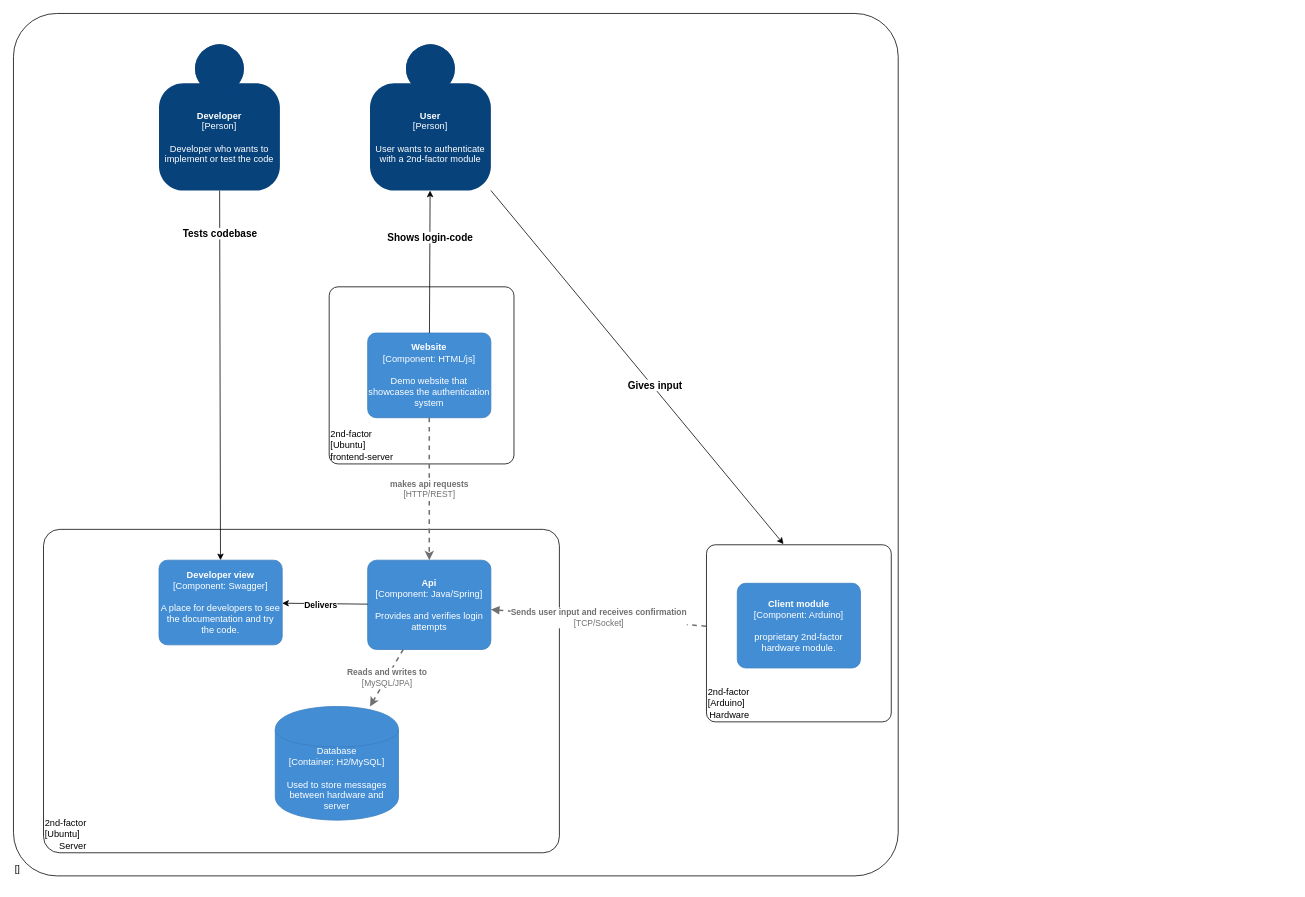
The draw.io diagram page "Page-1" (1 of 2) of 2nd-factor-c4model.drawio in 2nd-factor/docs, before the edit. Source tidied: cells renumbered, new cells numbered last; positions are measured from the earlier drawing's top-left corner, leaving out a move shared by most shapes. Both pictures are drawn from the tidied source at 77%, with x=0, y=0 at pixel (13, 13).
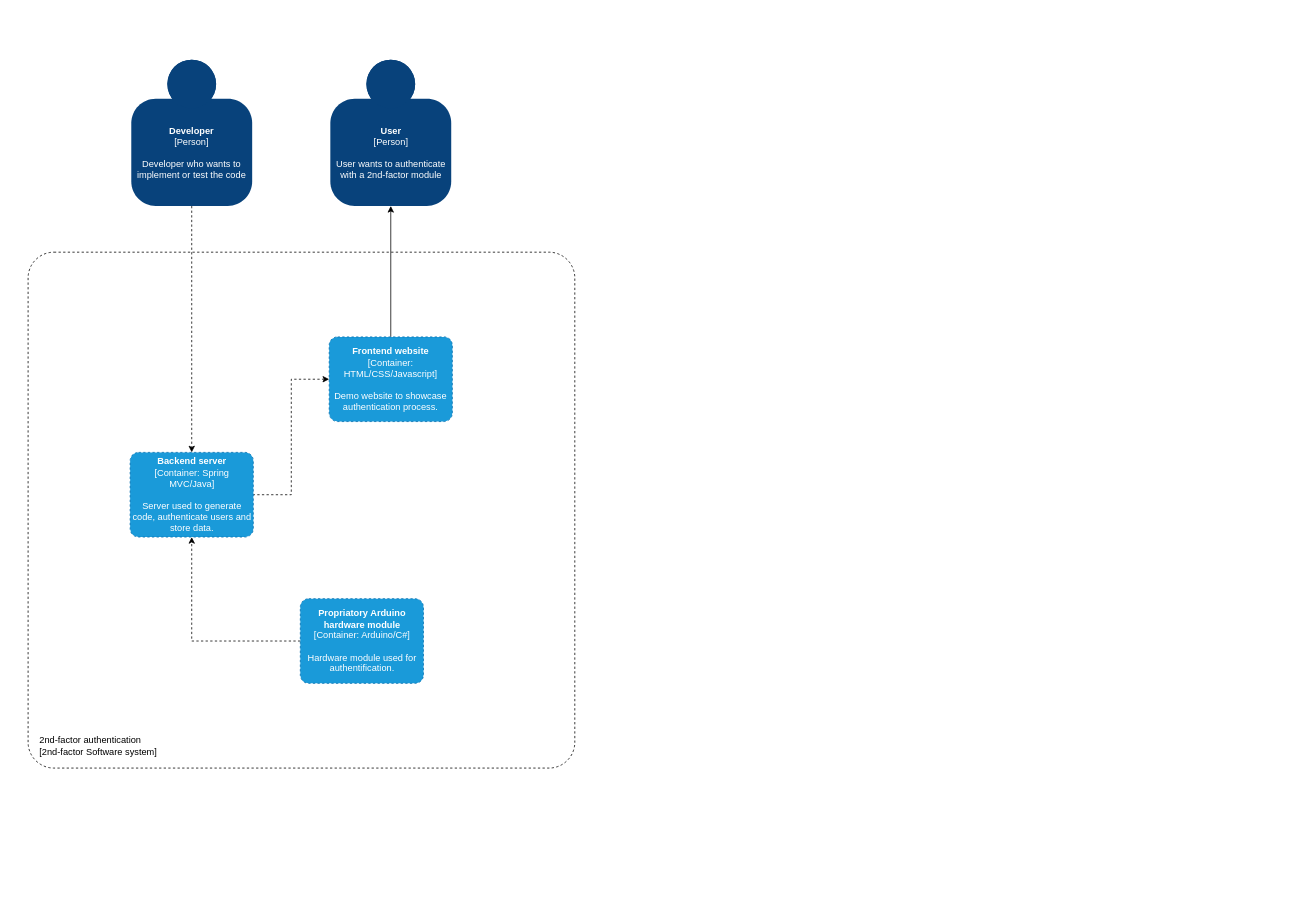
Above is the later version.

What changed in the source:
```diff
@@
-    <object id="2" label="&lt;div style=&quot;text-align: left&quot;&gt;%c4Name%&lt;/div&gt;&lt;div style=&quot;text-align: left&quot;&gt;[%c4OperationSystem%]&lt;/div&gt;&lt;div style=&quot;text-align: right&quot;&gt;%c4ScalingFactor%&lt;/div&gt;" c4Name="" c4OperationSystem="" c4ScalingFactor="" placeholders="1">
-      <mxCell style="rounded=1;whiteSpace=wrap;html=1;labelBackgroundColor=none;fillColor=#ffffff;fontColor=#000000;align=left;arcSize=5;strokeColor=#000000;verticalAlign=bottom;metaData={&quot;c4Type&quot;:{&quot;editable&quot;:false}};" parent="1" vertex="1">
-        <mxGeometry width="1149" height="1120" as="geometry" />
+    <object id="2" label="&lt;div style=&quot;text-align: left&quot;&gt;%c4Name%&lt;/div&gt;&lt;div style=&quot;text-align: left&quot;&gt;[%c4OperationSystem%]&lt;/div&gt;&lt;div style=&quot;text-align: right&quot;&gt;%c4ScalingFactor%&lt;/div&gt;" c4Name="2nd-factor authentication" c4OperationSystem="2nd-factor Software system" c4ScalingFactor="" placeholders="1">
+      <mxCell style="rounded=1;whiteSpace=wrap;html=1;labelBackgroundColor=none;fillColor=#ffffff;fontColor=#000000;align=left;arcSize=5;strokeColor=#000000;verticalAlign=bottom;metaData={&quot;c4Type&quot;:{&quot;editable&quot;:false}};dashed=1;spacingRight=4;spacingLeft=13;spacingBottom=12;" parent="1" vertex="1">
+        <mxGeometry x="19" y="310" width="710" height="670" as="geometry" />
       </mxCell>
     </object>
+    <mxCell id="29" style="edgeStyle=orthogonalEdgeStyle;rounded=0;jettySize=auto;html=1;entryX=0.5;entryY=0;entryDx=0;entryDy=0;entryPerimeter=0;startArrow=classic;startFill=1;endArrow=none;endFill=0;" parent="1" edge="1" source="3" target="32">
+      <mxGeometry relative="1" as="geometry" />
+    </mxCell>
     <object id="3" label="&lt;b&gt;%c4Name%&lt;/b&gt;&lt;div&gt;[%c4Type%]&lt;/div&gt;&lt;br&gt;&lt;div&gt;%c4Description%&lt;/div&gt;" c4Description="User wants to authenticate with a 2nd-factor module" c4Name="User" c4Type="Person" placeholders="1">
       <mxCell style="html=1;dashed=0;whitespace=wrap;fillColor=#08427b;strokeColor=none;fontColor=#ffffff;shape=mxgraph.c4.person;align=center;points=[[0.5,0,0],[1,0.5,0],[1,0.75,0],[0.75,1,0],[0.5,1,0],[0.25,1,0],[0,0.75,0],[0,0.5,0]];metaData={&quot;c4Type&quot;:{&quot;editable&quot;:false}};whiteSpace=wrap;" parent="1" vertex="1">
-        <mxGeometry x="463" y="40" width="157" height="190" as="geometry" />
+        <mxGeometry x="411.5" y="60" width="157" height="190" as="geometry" />
       </mxCell>
     </object>
-    <mxCell id="4" style="group;" parent="1" vertex="1">
-      <mxGeometry x="420" y="355" width="240" height="230" as="geometry" />
-    </mxCell>
-    <mxCell id="5" style="group;" parent="4" vertex="1">
-      <mxGeometry x="-10" width="240" height="230" as="geometry" />
-    </mxCell>
-    <object id="6" label="&lt;div style=&quot;text-align: left&quot;&gt;%c4Name%&lt;/div&gt;&lt;div style=&quot;text-align: left&quot;&gt;[%c4OperationSystem%]&lt;/div&gt;&lt;div style=&quot;text-align: right&quot;&gt;%c4ScalingFactor%&lt;/div&gt;" c4Name="2nd-factor" c4OperationSystem="Ubuntu" c4ScalingFactor="frontend-server" placeholders="1">
-      <mxCell style="rounded=1;whiteSpace=wrap;html=1;labelBackgroundColor=none;fillColor=#ffffff;fontColor=#000000;align=left;arcSize=5;strokeColor=#000000;verticalAlign=bottom;metaData={&quot;c4Type&quot;:{&quot;editable&quot;:false}};" parent="5" vertex="1">
-        <mxGeometry width="240" height="230" as="geometry" />
-      </mxCell>
-    </object>
-    <object id="7" label="&lt;b&gt;%c4Name%&lt;/b&gt;&lt;div&gt;[%c4Type%: %c4Technology%]&lt;/div&gt;&lt;br&gt;&lt;div&gt;%c4Description%&lt;/div&gt;" c4Description="Demo website that showcases the authentication system" c4Name="Website" c4Technology="HTML/js" c4Type="Component" placeholders="1">
-      <mxCell style="rounded=1;whiteSpace=wrap;html=1;labelBackgroundColor=none;fillColor=#438DD5;fontColor=#ffffff;align=center;arcSize=10;strokeColor=#3C7FC0;metaData={&quot;c4Type&quot;:{&quot;editable&quot;:false}};points=[[0.25,0,0],[0.5,0,0],[0.75,0,0],[1,0.25,0],[1,0.5,0],[1,0.75,0],[0.75,1,0],[0.5,1,0],[0.25,1,0],[0,0.75,0],[0,0.5,0],[0,0.25,0]];" parent="5" vertex="1">
-        <mxGeometry x="50" y="60" width="160" height="110" as="geometry" />
-      </mxCell>
-    </object>
-    <mxCell id="8" style="group;" parent="1" vertex="1">
-      <mxGeometry x="39" y="670" width="1621" height="460" as="geometry" />
-    </mxCell>
-    <object id="9" label="&lt;div style=&quot;text-align: left&quot;&gt;%c4Name%&lt;/div&gt;&lt;div style=&quot;text-align: left&quot;&gt;[%c4OperationSystem%]&lt;/div&gt;&lt;div style=&quot;text-align: right&quot;&gt;%c4ScalingFactor%&lt;/div&gt;" c4Name="2nd-factor" c4OperationSystem="Ubuntu" c4ScalingFactor="Server" placeholders="1">
-      <mxCell style="rounded=1;whiteSpace=wrap;html=1;labelBackgroundColor=none;fillColor=#ffffff;fontColor=#000000;align=left;arcSize=5;strokeColor=#000000;verticalAlign=bottom;metaData={&quot;c4Type&quot;:{&quot;editable&quot;:false}};" parent="8" vertex="1">
-        <mxGeometry width="670" height="420" as="geometry" />
-      </mxCell>
-    </object>
-    <object id="10" label="&lt;b&gt;%c4Name%&lt;/b&gt;&lt;div&gt;[%c4Type%: %c4Technology%]&lt;/div&gt;&lt;br&gt;&lt;div&gt;%c4Description%&lt;/div&gt;" c4Description="Provides and verifies login attempts" c4Name="Api" c4Technology="Java/Spring" c4Type="Component" placeholders="1">
-      <mxCell style="rounded=1;whiteSpace=wrap;html=1;labelBackgroundColor=none;fillColor=#438DD5;fontColor=#ffffff;align=center;arcSize=10;strokeColor=#3C7FC0;metaData={&quot;c4Type&quot;:{&quot;editable&quot;:false}};points=[[0.25,0,0],[0.5,0,0],[0.75,0,0],[1,0.25,0],[1,0.5,0],[1,0.75,0],[0.75,1,0],[0.5,1,0],[0.25,1,0],[0,0.75,0],[0,0.5,0],[0,0.25,0]];" parent="8" vertex="1">
-        <mxGeometry x="421" y="40" width="160" height="116" as="geometry" />
-      </mxCell>
-    </object>
-    <object id="11" label="&lt;div style=&quot;text-align: left&quot;&gt;&lt;div style=&quot;text-align: center&quot;&gt;&lt;b&gt;%c4Description%&lt;/b&gt;&lt;/div&gt;&lt;div style=&quot;text-align: center&quot;&gt;[%c4Technology%]&lt;/div&gt;&lt;/div&gt;" c4Description="Reads and writes to" c4Technology="MySQL/JPA" placeholders="1">
-      <mxCell style="edgeStyle=none;rounded=0;html=1;jettySize=auto;strokeColor=#707070;strokeWidth=2;fontColor=#707070;jumpStyle=none;dashed=1;metaData={&quot;c4Type&quot;:{&quot;editable&quot;:false}};" parent="8" edge="1" source="10" target="12">
-        <mxGeometry y="-50" as="geometry" />
-      </mxCell>
-    </object>
-    <object id="12" label="%c4Type%&lt;div&gt;[Container:&amp;nbsp;%c4Technology%]&lt;/div&gt;&lt;br&gt;&lt;div&gt;%c4Description%&lt;/div&gt;" c4Description="Used to store messages between hardware and server" c4Technology="H2/MySQL" c4Type="Database" placeholders="1">
-      <mxCell style="shape=cylinder;whiteSpace=wrap;html=1;boundedLbl=1;rounded=0;labelBackgroundColor=none;fillColor=#438DD5;fontSize=12;fontColor=#ffffff;align=center;strokeColor=#3C7FC0;points=[[0.5,0,0],[1,0.25,0],[1,0.5,0],[1,0.75,0],[0.5,1,0],[0,0.75,0],[0,0.5,0],[0,0.25,0]];metaData={&quot;c4Type&quot;:{&quot;editable&quot;:false}};" parent="8" vertex="1">
-        <mxGeometry x="301" y="230" width="160" height="147.6" as="geometry" />
-      </mxCell>
-    </object>
-    <object id="13" label="&lt;b&gt;%c4Name%&lt;/b&gt;&lt;div&gt;[%c4Type%: %c4Technology%]&lt;/div&gt;&lt;br&gt;&lt;div&gt;%c4Description%&lt;/div&gt;" c4Description="A place for developers to see the documentation and try the code." c4Name="Developer view" c4Technology="Swagger" c4Type="Component" placeholders="1">
-      <mxCell style="rounded=1;whiteSpace=wrap;html=1;labelBackgroundColor=none;fillColor=#438DD5;fontColor=#ffffff;align=center;arcSize=10;strokeColor=#3C7FC0;metaData={&quot;c4Type&quot;:{&quot;editable&quot;:false}};points=[[0.25,0,0],[0.5,0,0],[0.75,0,0],[1,0.25,0],[1,0.5,0],[1,0.75,0],[0.75,1,0],[0.5,1,0],[0.25,1,0],[0,0.75,0],[0,0.5,0],[0,0.25,0]];" parent="8" vertex="1">
-        <mxGeometry x="150" y="40" width="160" height="110" as="geometry" />
-      </mxCell>
-    </object>
-    <mxCell id="14" style="endArrow=classic;html=1;" parent="8" edge="1" source="10" target="13">
-      <mxGeometry relative="1" as="geometry" />
-    </mxCell>
-    <mxCell id="15" value="&lt;b&gt;Delivers&lt;/b&gt;" style="edgeLabel;html=1;align=center;verticalAlign=middle;" parent="14" vertex="1">
-      <mxGeometry x="-0.48" y="3" relative="1" as="geometry">
-        <mxPoint x="-32" y="-1.8" as="offset" />
-      </mxGeometry>
-    </mxCell>
-    <object id="16" label="&lt;div style=&quot;text-align: left&quot;&gt;&lt;div style=&quot;text-align: center&quot;&gt;&lt;b&gt;%c4Description%&lt;/b&gt;&lt;/div&gt;&lt;div style=&quot;text-align: center&quot;&gt;[%c4Technology%]&lt;/div&gt;&lt;/div&gt;" c4Description="makes api requests" c4Technology="HTTP/REST" placeholders="1">
-      <mxCell style="edgeStyle=none;rounded=0;html=1;jettySize=auto;strokeColor=#707070;strokeWidth=2;fontColor=#707070;jumpStyle=none;dashed=1;metaData={&quot;c4Type&quot;:{&quot;editable&quot;:false}};" parent="1" edge="1" source="7" target="10">
-        <mxGeometry relative="1" as="geometry" />
-      </mxCell>
-    </object>
-    <mxCell id="17" style="group;" parent="1" vertex="1">
-      <mxGeometry x="900" y="690" width="240" height="230" as="geometry" />
-    </mxCell>
-    <mxCell id="18" style="group;" parent="17" vertex="1">
-      <mxGeometry width="240" height="230" as="geometry" />
-    </mxCell>
-    <object id="19" label="&lt;div style=&quot;text-align: left&quot;&gt;%c4Name%&lt;/div&gt;&lt;div style=&quot;text-align: left&quot;&gt;[%c4OperationSystem%]&lt;/div&gt;&lt;div style=&quot;text-align: right&quot;&gt;%c4ScalingFactor%&lt;/div&gt;" c4Name="2nd-factor" c4OperationSystem="Arduino" c4ScalingFactor="Hardware" placeholders="1">
-      <mxCell style="rounded=1;whiteSpace=wrap;html=1;labelBackgroundColor=none;fillColor=#ffffff;fontColor=#000000;align=left;arcSize=5;strokeColor=#000000;verticalAlign=bottom;metaData={&quot;c4Type&quot;:{&quot;editable&quot;:false}};points=[[0.25,0,0],[0.5,0,0],[0.75,0,0],[1,0.25,0],[1,0.5,0],[1,0.75,0],[0.75,1,0],[0.5,1,0],[0.25,1,0],[0,0.75,0],[0,0.5,0],[0,0.25,0]];" parent="18" vertex="1">
-        <mxGeometry width="240" height="230" as="geometry" />
-      </mxCell>
-    </object>
-    <object id="20" label="&lt;b&gt;%c4Name%&lt;/b&gt;&lt;div&gt;[%c4Type%: %c4Technology%]&lt;/div&gt;&lt;br&gt;&lt;div&gt;%c4Description%&lt;/div&gt;" c4Description="proprietary 2nd-factor hardware module." c4Name="Client module" c4Technology="Arduino" c4Type="Component" placeholders="1">
-      <mxCell style="rounded=1;whiteSpace=wrap;html=1;labelBackgroundColor=none;fillColor=#438DD5;fontColor=#ffffff;align=center;arcSize=10;strokeColor=#3C7FC0;metaData={&quot;c4Type&quot;:{&quot;editable&quot;:false}};" parent="18" vertex="1">
-        <mxGeometry x="40" y="50" width="160" height="110" as="geometry" />
-      </mxCell>
-    </object>
+    <mxCell id="30" style="edgeStyle=orthogonalEdgeStyle;rounded=0;jettySize=auto;html=1;entryX=0.5;entryY=0;entryDx=0;entryDy=0;entryPerimeter=0;dashed=1;startArrow=none;startFill=0;endArrow=classic;endFill=1;" parent="1" edge="1" source="21" target="35">
+      <mxGeometry relative="1" as="geometry" />
+    </mxCell>
     <object id="21" label="&lt;b&gt;%c4Name%&lt;/b&gt;&lt;div&gt;[%c4Type%]&lt;/div&gt;&lt;br&gt;&lt;div&gt;%c4Description%&lt;/div&gt;" c4Description="Developer who wants to implement or test the code" c4Name="Developer" c4Type="Person" placeholders="1">
       <mxCell style="html=1;dashed=0;whitespace=wrap;fillColor=#08427b;strokeColor=none;fontColor=#ffffff;shape=mxgraph.c4.person;align=center;points=[[0.5,0,0],[1,0.5,0],[1,0.75,0],[0.75,1,0],[0.5,1,0],[0.25,1,0],[0,0.75,0],[0,0.5,0]];metaData={&quot;c4Type&quot;:{&quot;editable&quot;:false}};whiteSpace=wrap;" parent="1" vertex="1">
-        <mxGeometry x="189" y="40" width="157" height="190" as="geometry" />
+        <mxGeometry x="153" y="60" width="157" height="190" as="geometry" />
       </mxCell>
     </object>
-    <object id="22" label="&lt;div style=&quot;text-align: left&quot;&gt;&lt;div style=&quot;text-align: center&quot;&gt;&lt;b&gt;%c4Description%&lt;/b&gt;&lt;/div&gt;&lt;div style=&quot;text-align: center&quot;&gt;[%c4Technology%]&lt;/div&gt;&lt;/div&gt;" c4Description="Sends user input and receives confirmation" c4Technology="TCP/Socket" placeholders="1">
-      <mxCell style="edgeStyle=none;rounded=0;html=1;jettySize=auto;strokeColor=#707070;strokeWidth=2;fontColor=#707070;jumpStyle=none;dashed=1;metaData={&quot;c4Type&quot;:{&quot;editable&quot;:false}};startArrow=block;startFill=1;endArrow=none;endFill=0;" parent="1" edge="1" source="10" target="19">
-        <mxGeometry relative="1" as="geometry" />
-      </mxCell>
-    </object>
-    <mxCell id="23" style="endArrow=classic;html=1;entryX=0.417;entryY=-0.004;entryDx=0;entryDy=0;entryPerimeter=0;" parent="1" edge="1" source="3" target="19">
-      <mxGeometry relative="1" as="geometry" />
-    </mxCell>
-    <mxCell id="24" value="&lt;b style=&quot;font-size: 13px;&quot;&gt;Gives input&lt;/b&gt;" style="edgeLabel;html=1;align=center;verticalAlign=middle;fontSize=13;" parent="23" vertex="1">
-      <mxGeometry x="0.11" y="3" relative="1" as="geometry">
-        <mxPoint x="-1" as="offset" />
-      </mxGeometry>
-    </mxCell>
-    <mxCell id="25" style="endArrow=classic;html=1;" parent="1" edge="1" source="21" target="13">
-      <mxGeometry relative="1" as="geometry" />
-    </mxCell>
-    <mxCell id="26" value="&lt;b&gt;Tests codebase&lt;/b&gt;" style="edgeLabel;html=1;align=center;verticalAlign=middle;fontSize=13;" parent="25" vertex="1">
-      <mxGeometry x="-0.6" y="-2" relative="1" as="geometry">
-        <mxPoint x="1.6" y="-41" as="offset" />
-      </mxGeometry>
-    </mxCell>
-    <mxCell id="27" style="rounded=0;jettySize=auto;html=1;" parent="1" edge="1" source="7" target="3">
-      <mxGeometry relative="1" as="geometry" />
-    </mxCell>
-    <mxCell id="28" value="&lt;b style=&quot;font-size: 13px;&quot;&gt;Shows login-code&lt;/b&gt;" style="edgeLabel;html=1;align=center;verticalAlign=middle;fontSize=13;" parent="27" vertex="1">
-      <mxGeometry x="0.41" relative="1" as="geometry">
-        <mxPoint x="-0.8" y="5" as="offset" />
-      </mxGeometry>
-    </mxCell>
+    <mxCell id="31" style="edgeStyle=orthogonalEdgeStyle;rounded=0;jettySize=auto;html=1;entryX=1;entryY=0.5;entryDx=0;entryDy=0;entryPerimeter=0;startArrow=classic;startFill=1;endArrow=none;endFill=0;dashed=1;" parent="1" edge="1" source="32" target="35">
+      <mxGeometry relative="1" as="geometry" />
+    </mxCell>
+    <object id="32" label="&lt;b&gt;%c4Name%&lt;/b&gt;&lt;div&gt;[%c4Type%: %c4Technology%]&lt;/div&gt;&lt;br&gt;&lt;div&gt;%c4Description%&lt;/div&gt;" c4Description="Demo website to showcase authentication process. " c4Name="Frontend website" c4Technology="HTML/CSS/Javascript" c4Type="Container" placeholders="1">
+      <mxCell style="rounded=1;whiteSpace=wrap;html=1;labelBackgroundColor=none;fontColor=#ffffff;align=center;arcSize=10;strokeColor=#006EAF;metaData={&quot;c4Type&quot;:{&quot;editable&quot;:false}};points=[[0.25,0,0],[0.5,0,0],[0.75,0,0],[1,0.25,0],[1,0.5,0],[1,0.75,0],[0.75,1,0],[0.5,1,0],[0.25,1,0],[0,0.75,0],[0,0.5,0],[0,0.25,0]];dashed=1;fillColor=#1A9AD9;" parent="1" vertex="1">
+        <mxGeometry x="410" y="420" width="160" height="110" as="geometry" />
+      </mxCell>
+    </object>
+    <mxCell id="33" style="edgeStyle=orthogonalEdgeStyle;rounded=0;jettySize=auto;html=1;entryX=0.5;entryY=1;entryDx=0;entryDy=0;entryPerimeter=0;dashed=1;startArrow=none;startFill=0;endArrow=classic;endFill=1;" parent="1" edge="1" source="34" target="35">
+      <mxGeometry relative="1" as="geometry" />
+    </mxCell>
+    <object id="34" label="&lt;b&gt;%c4Name%&lt;/b&gt;&lt;div&gt;[%c4Type%: %c4Technology%]&lt;/div&gt;&lt;br&gt;&lt;div&gt;%c4Description%&lt;/div&gt;" c4Description="Hardware module used for authentification." c4Name="Propriatory Arduino hardware module" c4Technology="Arduino/C#" c4Type="Container" placeholders="1">
+      <mxCell style="rounded=1;whiteSpace=wrap;html=1;labelBackgroundColor=none;fontColor=#ffffff;align=center;arcSize=10;strokeColor=#006EAF;metaData={&quot;c4Type&quot;:{&quot;editable&quot;:false}};points=[[0.25,0,0],[0.5,0,0],[0.75,0,0],[1,0.25,0],[1,0.5,0],[1,0.75,0],[0.75,1,0],[0.5,1,0],[0.25,1,0],[0,0.75,0],[0,0.5,0],[0,0.25,0]];dashed=1;fillColor=#1A9AD9;" parent="1" vertex="1">
+        <mxGeometry x="372.5" y="760" width="160" height="110" as="geometry" />
+      </mxCell>
+    </object>
+    <object id="35" label="&lt;b&gt;%c4Name%&lt;/b&gt;&lt;div&gt;[%c4Type%: %c4Technology%]&lt;/div&gt;&lt;br&gt;&lt;div&gt;%c4Description%&lt;/div&gt;" c4Description="Server used to generate code, authenticate users and store data. " c4Name="Backend server" c4Technology="Spring MVC/Java" c4Type="Container" placeholders="1">
+      <mxCell style="rounded=1;whiteSpace=wrap;html=1;labelBackgroundColor=none;fontColor=#ffffff;align=center;arcSize=10;strokeColor=#006EAF;metaData={&quot;c4Type&quot;:{&quot;editable&quot;:false}};points=[[0.25,0,0],[0.5,0,0],[0.75,0,0],[1,0.25,0],[1,0.5,0],[1,0.75,0],[0.75,1,0],[0.5,1,0],[0.25,1,0],[0,0.75,0],[0,0.5,0],[0,0.25,0]];dashed=1;fillColor=#1A9AD9;" parent="1" vertex="1">
+        <mxGeometry x="151.5" y="570" width="160" height="110" as="geometry" />
+      </mxCell>
+    </object>
```
